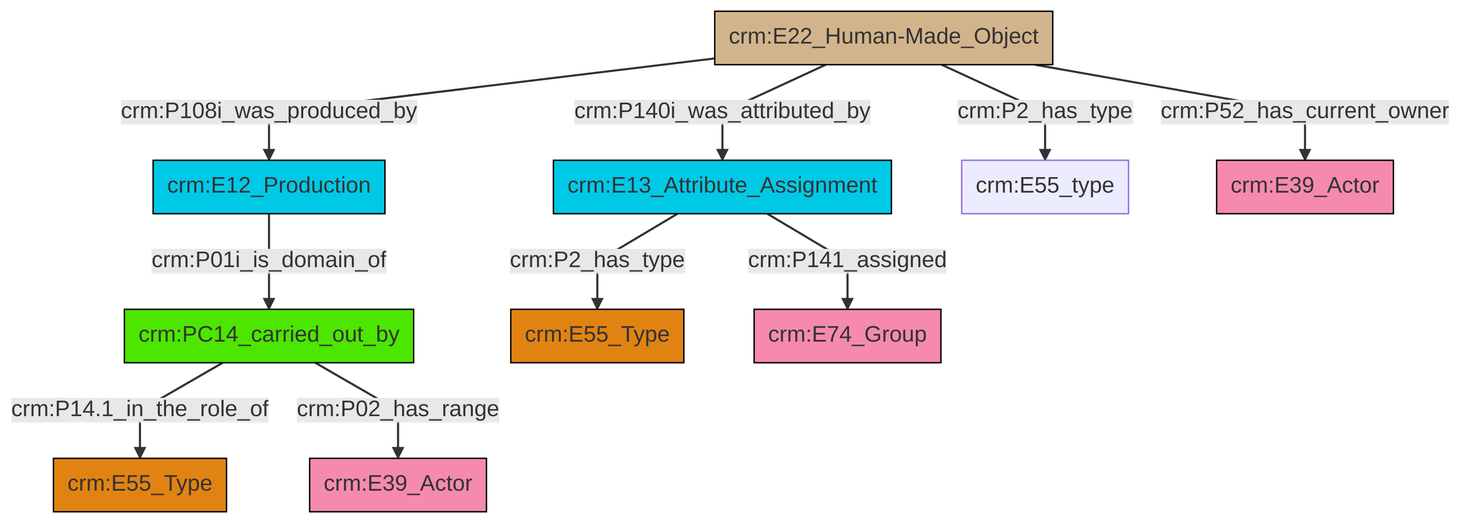
Before: et/builtWorkCSV/ttl/mmd/png/Built_Work_actor_relations.png, a diagram exported from Mermaid (swiss-art-research-net/docs.swissartresearch). Its source is kept beside it as et/builtWorkCSV/ttl/mmd/Built_Work_actor_relations.ttl.mmd.
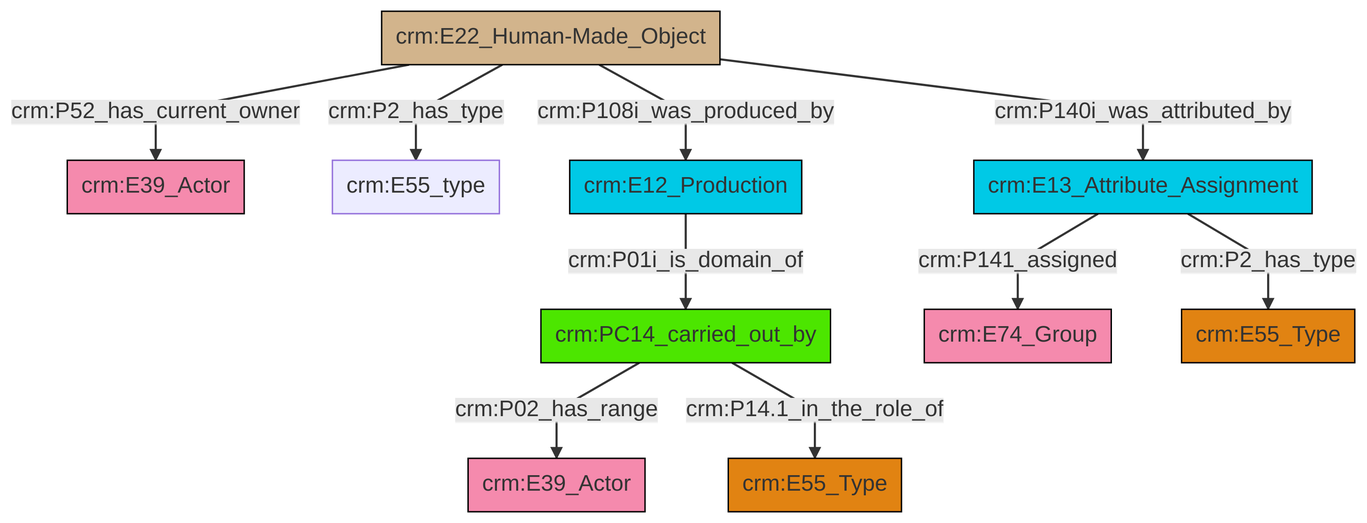
After the commit.

Change to the diagram source:
```diff
@@ -13,12 +13,12 @@
 classDef PC_Classes fill:#4ce600, stroke:#000000;
 classDef Multi fill:#cccccc,stroke:#000000;
 
-0["crm:E22_Human-Made_Object"]:::Physical_Thing -->|crm:P108i_was_produced_by| 1["crm:E12_Production"]:::Temporal_Entity
-3["crm:PC14_carried_out_by"]:::PC_Classes -->|crm:P14.1_in_the_role_of| 4["crm:E55_Type"]:::Type
-7["crm:E13_Attribute_Assignment"]:::Temporal_Entity -->|crm:P141_assigned| 8["crm:E74_Group"]:::Actor
-1["crm:E12_Production"]:::Temporal_Entity -->|crm:P01i_is_domain_of| 3["crm:PC14_carried_out_by"]:::PC_Classes
-0["crm:E22_Human-Made_Object"]:::Physical_Thing -->|crm:P2_has_type| 9["crm:E55_type"]:::Default
-7["crm:E13_Attribute_Assignment"]:::Temporal_Entity -->|crm:P2_has_type| 5["crm:E55_Type"]:::Type
-0["crm:E22_Human-Made_Object"]:::Physical_Thing -->|crm:P140i_was_attributed_by| 7["crm:E13_Attribute_Assignment"]:::Temporal_Entity
-0["crm:E22_Human-Made_Object"]:::Physical_Thing -->|crm:P52_has_current_owner| 10["crm:E39_Actor"]:::Actor
-3["crm:PC14_carried_out_by"]:::PC_Classes -->|crm:P02_has_range| 14["crm:E39_Actor"]:::Actor
+0["crm:E13_Attribute_Assignment"]:::Temporal_Entity -->|crm:P141_assigned| 1["crm:E74_Group"]:::Actor
+2["crm:PC14_carried_out_by"]:::PC_Classes -->|crm:P02_has_range| 6["crm:E39_Actor"]:::Actor
+2["crm:PC14_carried_out_by"]:::PC_Classes -->|crm:P14.1_in_the_role_of| 7["crm:E55_Type"]:::Type
+4["crm:E12_Production"]:::Temporal_Entity -->|crm:P01i_is_domain_of| 2["crm:PC14_carried_out_by"]:::PC_Classes
+13["crm:E22_Human-Made_Object"]:::Physical_Thing -->|crm:P52_has_current_owner| 14["crm:E39_Actor"]:::Actor
+13["crm:E22_Human-Made_Object"]:::Physical_Thing -->|crm:P2_has_type| 9["crm:E55_type"]:::Default
+0["crm:E13_Attribute_Assignment"]:::Temporal_Entity -->|crm:P2_has_type| 11["crm:E55_Type"]:::Type
+13["crm:E22_Human-Made_Object"]:::Physical_Thing -->|crm:P108i_was_produced_by| 4["crm:E12_Production"]:::Temporal_Entity
+13["crm:E22_Human-Made_Object"]:::Physical_Thing -->|crm:P140i_was_attributed_by| 0["crm:E13_Attribute_Assignment"]:::Temporal_Entity
```
